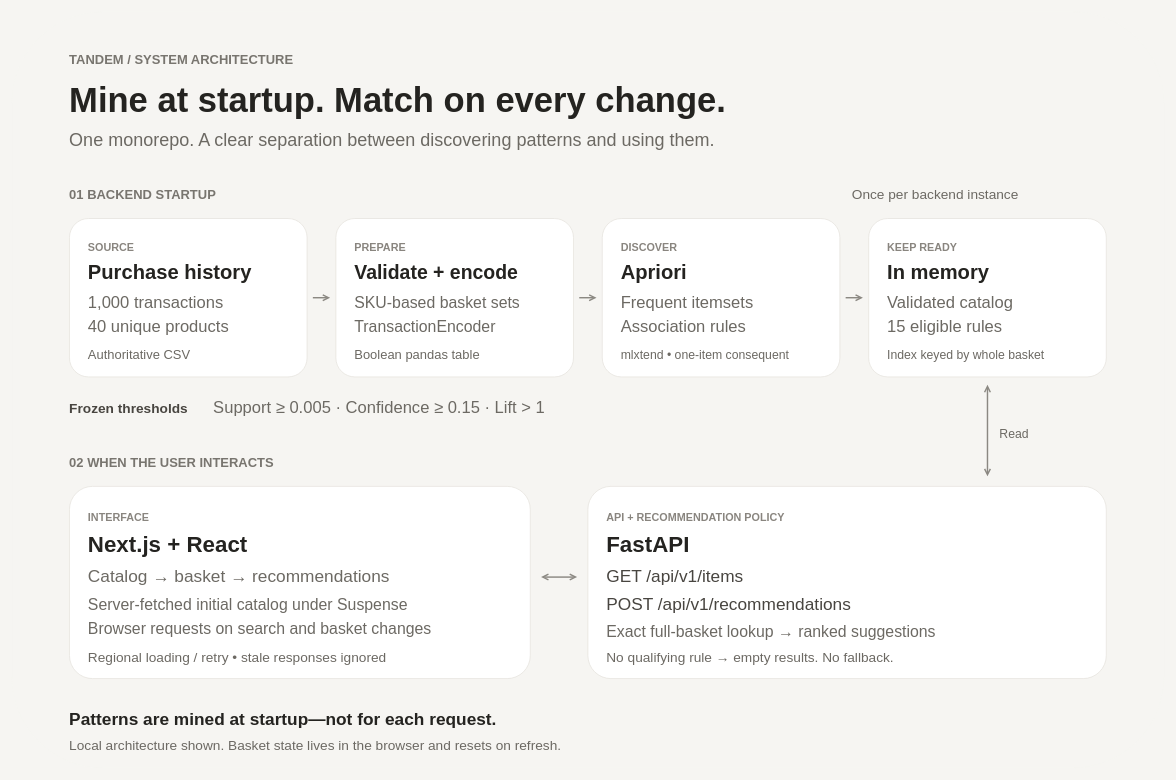
Earlier version of the draw.io diagram docs/presentation/architecture.drawio (isaackimmi/tandem). Source tidied: cells renumbered, new cells numbered last; positions are measured from the earlier drawing's top-left corner, leaving out a move shared by most shapes. Both pictures are drawn from the tidied source at 72%, with x=0, y=0 at pixel (12, 12).
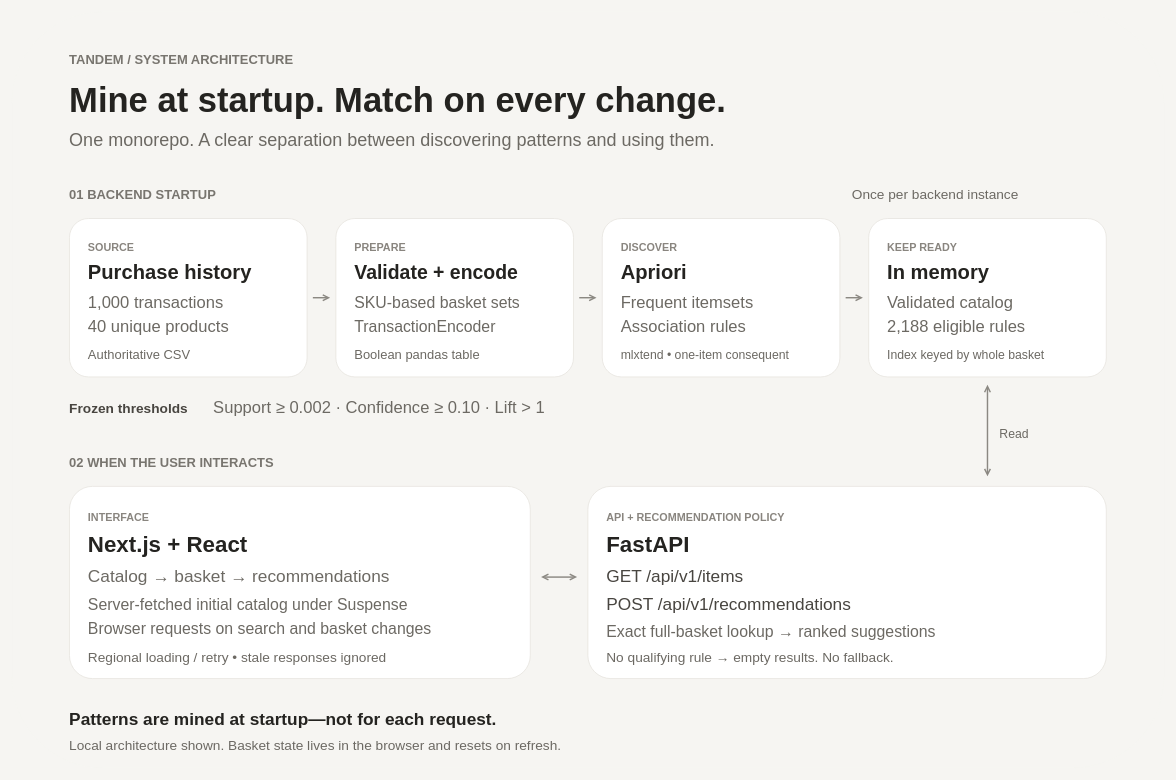
Above is the later version.

What changed in the source:
```diff
@@
-    <mxCell id="33" value="15 eligible rules" style="text;html=0;align=left;verticalAlign=middle;whiteSpace=nowrap;overflow=visible;fillColor=none;strokeColor=none;fontFamily=Helvetica;fontSize=23;fontColor=#6C6963;fontStyle=0;spacing=0;" parent="1" vertex="1">
+    <mxCell id="33" value="2,188 eligible rules" style="text;html=0;align=left;verticalAlign=middle;whiteSpace=nowrap;overflow=visible;fillColor=none;strokeColor=none;fontFamily=Helvetica;fontSize=23;fontColor=#6C6963;fontStyle=0;spacing=0;" parent="1" vertex="1">
       <mxGeometry x="1216" y="419" width="226.8" height="31" as="geometry" />
     </mxCell>
@@
-    <mxCell id="36" value="Support ≥ 0.005   ·   Confidence ≥ 0.15   ·   Lift &gt; 1" style="text;html=0;align=left;verticalAlign=middle;whiteSpace=nowrap;overflow=visible;fillColor=none;strokeColor=none;fontFamily=Helvetica;fontSize=23;fontColor=#6C6963;fontStyle=0;spacing=0;" parent="1" vertex="1">
+    <mxCell id="36" value="Support ≥ 0.002   ·   Confidence ≥ 0.10   ·   Lift &gt; 1" style="text;html=0;align=left;verticalAlign=middle;whiteSpace=nowrap;overflow=visible;fillColor=none;strokeColor=none;fontFamily=Helvetica;fontSize=23;fontColor=#6C6963;fontStyle=0;spacing=0;" parent="1" vertex="1">
       <mxGeometry x="280" y="532" width="720.4" height="31" as="geometry" />
     </mxCell>
```
